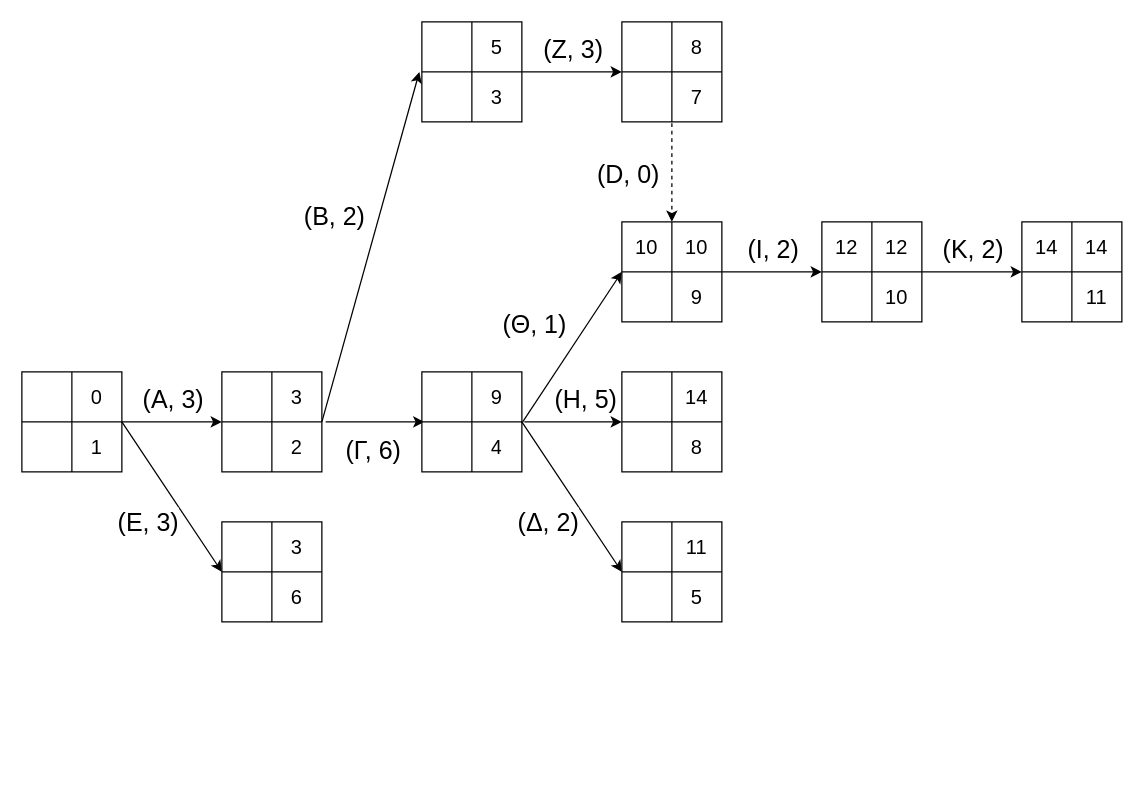
Earlier version of the draw.io diagram BI - task 4.drawio (asimakiskydros/University-Projects). Source tidied: cells renumbered, new cells numbered last; positions are measured from the earlier drawing's top-left corner, leaving out a move shared by most shapes. Both pictures are drawn from the tidied source at 125%, with x=0, y=0 at pixel (21, 21).
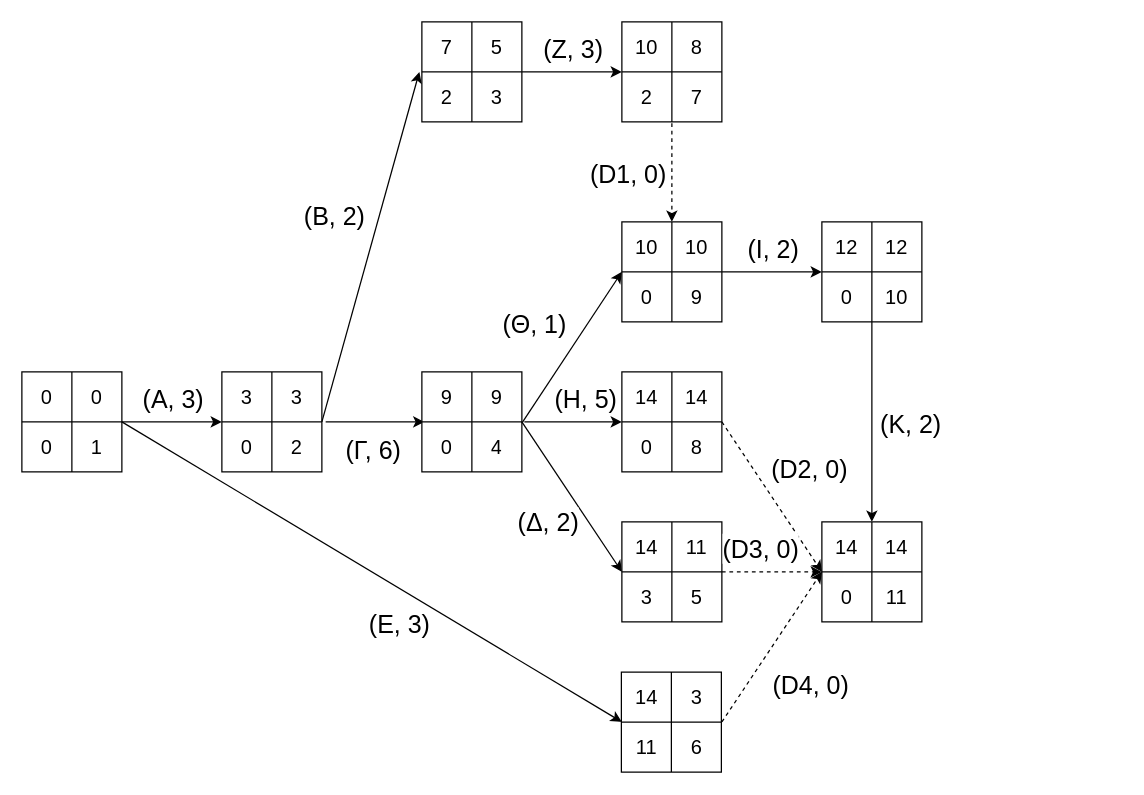
The same page after the edit.

The change refers to these unchanged cells:
```xml
<mxCell id="3" style="shape=tableRow;horizontal=0;startSize=0;swimlaneHead=0;swimlaneBody=0;strokeColor=inherit;top=0;left=0;bottom=0;right=0;fillColor=none;fontSize=16;" parent="2" vertex="1">
  <mxGeometry width="80" height="40" as="geometry" />
</mxCell>
<mxCell id="6" style="shape=tableRow;horizontal=0;startSize=0;swimlaneHead=0;swimlaneBody=0;strokeColor=inherit;top=0;left=0;bottom=0;right=0;fillColor=none;points=[[0,0.5],[1,0.5]];portConstraint=eastwest;fontSize=16;" parent="2" vertex="1">
  <mxGeometry y="40" width="80" height="40" as="geometry" />
</mxCell>
<mxCell id="10" style="shape=tableRow;horizontal=0;startSize=0;swimlaneHead=0;swimlaneBody=0;strokeColor=inherit;top=0;left=0;bottom=0;right=0;fillColor=none;fontSize=16;" parent="9" vertex="1">
  <mxGeometry width="80" height="40" as="geometry" />
</mxCell>
<mxCell id="13" style="shape=tableRow;horizontal=0;startSize=0;swimlaneHead=0;swimlaneBody=0;strokeColor=inherit;top=0;left=0;bottom=0;right=0;fillColor=none;points=[[0,0.5],[1,0.5]];portConstraint=eastwest;fontSize=16;" parent="9" vertex="1">
  <mxGeometry y="40" width="80" height="40" as="geometry" />
</mxCell>
<mxCell id="23" style="shape=tableRow;horizontal=0;startSize=0;swimlaneHead=0;swimlaneBody=0;strokeColor=inherit;top=0;left=0;bottom=0;right=0;fillColor=none;fontSize=16;" parent="22" vertex="1">
  <mxGeometry width="80" height="40" as="geometry" />
</mxCell>
<mxCell id="26" style="shape=tableRow;horizontal=0;startSize=0;swimlaneHead=0;swimlaneBody=0;strokeColor=inherit;top=0;left=0;bottom=0;right=0;fillColor=none;points=[[0,0.5],[1,0.5]];portConstraint=eastwest;fontSize=16;" parent="22" vertex="1">
  <mxGeometry y="40" width="80" height="40" as="geometry" />
</mxCell>
<mxCell id="30" style="shape=tableRow;horizontal=0;startSize=0;swimlaneHead=0;swimlaneBody=0;strokeColor=inherit;top=0;left=0;bottom=0;right=0;fillColor=none;fontSize=16;" parent="29" vertex="1">
  <mxGeometry width="80" height="40" as="geometry" />
</mxCell>
<mxCell id="33" style="shape=tableRow;horizontal=0;startSize=0;swimlaneHead=0;swimlaneBody=0;strokeColor=inherit;top=0;left=0;bottom=0;right=0;fillColor=none;points=[[0,0.5],[1,0.5]];portConstraint=eastwest;fontSize=16;" parent="29" vertex="1">
  <mxGeometry y="40" width="80" height="40" as="geometry" />
</mxCell>
<mxCell id="39" style="shape=tableRow;horizontal=0;startSize=0;swimlaneHead=0;swimlaneBody=0;strokeColor=inherit;top=0;left=0;bottom=0;right=0;fillColor=none;points=[[0,0.5],[1,0.5]];portConstraint=eastwest;fontSize=16;" parent="38" vertex="1">
  <mxGeometry width="80" height="40" as="geometry" />
</mxCell>
<mxCell id="42" style="shape=tableRow;horizontal=0;startSize=0;swimlaneHead=0;swimlaneBody=0;strokeColor=inherit;top=0;left=0;bottom=0;right=0;fillColor=none;fontSize=16;" parent="38" vertex="1">
  <mxGeometry y="40" width="80" height="40" as="geometry" />
</mxCell>
<mxCell id="48" style="shape=tableRow;horizontal=0;startSize=0;swimlaneHead=0;swimlaneBody=0;strokeColor=inherit;top=0;left=0;bottom=0;right=0;fillColor=none;fontSize=16;" parent="47" vertex="1">
  <mxGeometry width="80" height="40" as="geometry" />
</mxCell>
<mxCell id="51" style="shape=tableRow;horizontal=0;startSize=0;swimlaneHead=0;swimlaneBody=0;strokeColor=inherit;top=0;left=0;bottom=0;right=0;fillColor=none;points=[[0,0.5],[1,0.5]];portConstraint=eastwest;fontSize=16;" parent="47" vertex="1">
  <mxGeometry y="40" width="80" height="40" as="geometry" />
</mxCell>
<mxCell id="57" style="shape=tableRow;horizontal=0;startSize=0;swimlaneHead=0;swimlaneBody=0;strokeColor=inherit;top=0;left=0;bottom=0;right=0;fillColor=none;fontSize=16;" parent="56" vertex="1">
  <mxGeometry width="80" height="40" as="geometry" />
</mxCell>
<mxCell id="60" style="shape=tableRow;horizontal=0;startSize=0;swimlaneHead=0;swimlaneBody=0;strokeColor=inherit;top=0;left=0;bottom=0;right=0;fillColor=none;points=[[0,0.5],[1,0.5]];portConstraint=eastwest;fontSize=16;" parent="56" vertex="1">
  <mxGeometry y="40" width="80" height="40" as="geometry" />
</mxCell>
<mxCell id="66" style="shape=tableRow;horizontal=0;startSize=0;swimlaneHead=0;swimlaneBody=0;strokeColor=inherit;top=0;left=0;bottom=0;right=0;fillColor=none;fontSize=16;" parent="65" vertex="1">
  <mxGeometry width="80" height="40" as="geometry" />
</mxCell>
<mxCell id="69" style="shape=tableRow;horizontal=0;startSize=0;swimlaneHead=0;swimlaneBody=0;strokeColor=inherit;top=0;left=0;bottom=0;right=0;fillColor=none;fontSize=16;" parent="65" vertex="1">
  <mxGeometry y="40" width="80" height="40" as="geometry" />
</mxCell>
<mxCell id="78" style="shape=tableRow;horizontal=0;startSize=0;swimlaneHead=0;swimlaneBody=0;strokeColor=inherit;top=0;left=0;bottom=0;right=0;fillColor=none;fontSize=16;" parent="74" vertex="1">
  <mxGeometry y="40" width="80" height="40" as="geometry" />
</mxCell>
<mxCell id="81" style="endArrow=classic;html=1;rounded=0;fontSize=20;exitX=0.5;exitY=1.025;exitDx=0;exitDy=0;exitPerimeter=0;dashed=1;entryX=0.5;entryY=0;entryDx=0;entryDy=0;entryPerimeter=0;" parent="1" edge="1" source="60" target="75">
  <mxGeometry relative="1" as="geometry" />
</mxCell>
<mxCell id="89" style="shape=tableRow;horizontal=0;startSize=0;swimlaneHead=0;swimlaneBody=0;strokeColor=inherit;top=0;left=0;bottom=0;right=0;fillColor=none;points=[[0,0.5],[1,0.5]];portConstraint=eastwest;fontSize=16;" parent="85" vertex="1">
  <mxGeometry y="40" width="80" height="40" as="geometry" />
</mxCell>
<mxCell id="93" style="shape=tableRow;horizontal=0;startSize=0;swimlaneHead=0;swimlaneBody=0;strokeColor=inherit;top=0;left=0;bottom=0;right=0;fillColor=none;points=[[0,0.5],[1,0.5]];portConstraint=eastwest;fontSize=16;" parent="92" vertex="1">
  <mxGeometry width="80" height="40" as="geometry" />
</mxCell>
<mxCell id="96" style="shape=tableRow;horizontal=0;startSize=0;swimlaneHead=0;swimlaneBody=0;strokeColor=inherit;top=0;left=0;bottom=0;right=0;fillColor=none;points=[[0,0.5],[1,0.5]];portConstraint=eastwest;fontSize=16;" parent="92" vertex="1">
  <mxGeometry y="40" width="80" height="40" as="geometry" />
</mxCell>
```

The edit, as a diff of the source:
```diff
@@
-    <mxCell id="4" style="shape=partialRectangle;html=1;whiteSpace=wrap;strokeColor=inherit;overflow=hidden;fillColor=none;top=0;left=0;bottom=0;right=0;fontSize=16;" parent="3" vertex="1">
+    <mxCell id="4" value="0" style="shape=partialRectangle;html=1;whiteSpace=wrap;strokeColor=inherit;overflow=hidden;fillColor=none;top=0;left=0;bottom=0;right=0;fontSize=16;" parent="3" vertex="1">
       <mxGeometry width="40" height="40" as="geometry" />
     </mxCell>
@@
-    <mxCell id="7" style="shape=partialRectangle;html=1;whiteSpace=wrap;strokeColor=inherit;overflow=hidden;fillColor=none;top=0;left=0;bottom=0;right=0;fontSize=16;" parent="6" vertex="1">
+    <mxCell id="7" value="0" style="shape=partialRectangle;html=1;whiteSpace=wrap;strokeColor=inherit;overflow=hidden;fillColor=none;top=0;left=0;bottom=0;right=0;fontSize=16;" parent="6" vertex="1">
       <mxGeometry width="40" height="40" as="geometry" />
     </mxCell>
@@
-    <mxCell id="11" style="shape=partialRectangle;html=1;whiteSpace=wrap;strokeColor=inherit;overflow=hidden;fillColor=none;top=0;left=0;bottom=0;right=0;fontSize=16;" parent="10" vertex="1">
+    <mxCell id="11" value="3" style="shape=partialRectangle;html=1;whiteSpace=wrap;strokeColor=inherit;overflow=hidden;fillColor=none;top=0;left=0;bottom=0;right=0;fontSize=16;" parent="10" vertex="1">
       <mxGeometry width="40" height="40" as="geometry" />
     </mxCell>
@@
-    <mxCell id="14" style="shape=partialRectangle;html=1;whiteSpace=wrap;strokeColor=inherit;overflow=hidden;fillColor=none;top=0;left=0;bottom=0;right=0;fontSize=16;" parent="13" vertex="1">
+    <mxCell id="14" value="0" style="shape=partialRectangle;html=1;whiteSpace=wrap;strokeColor=inherit;overflow=hidden;fillColor=none;top=0;left=0;bottom=0;right=0;fontSize=16;" parent="13" vertex="1">
       <mxGeometry width="40" height="40" as="geometry" />
     </mxCell>
@@
-    <mxCell id="24" style="shape=partialRectangle;html=1;whiteSpace=wrap;strokeColor=inherit;overflow=hidden;fillColor=none;top=0;left=0;bottom=0;right=0;fontSize=16;" parent="23" vertex="1">
+    <mxCell id="24" value="7" style="shape=partialRectangle;html=1;whiteSpace=wrap;strokeColor=inherit;overflow=hidden;fillColor=none;top=0;left=0;bottom=0;right=0;fontSize=16;" parent="23" vertex="1">
       <mxGeometry width="40" height="40" as="geometry" />
     </mxCell>
@@
-    <mxCell id="27" style="shape=partialRectangle;html=1;whiteSpace=wrap;strokeColor=inherit;overflow=hidden;fillColor=none;top=0;left=0;bottom=0;right=0;fontSize=16;" parent="26" vertex="1">
+    <mxCell id="27" value="2" style="shape=partialRectangle;html=1;whiteSpace=wrap;strokeColor=inherit;overflow=hidden;fillColor=none;top=0;left=0;bottom=0;right=0;fontSize=16;" parent="26" vertex="1">
       <mxGeometry width="40" height="40" as="geometry" />
     </mxCell>
@@
-    <mxCell id="31" style="shape=partialRectangle;html=1;whiteSpace=wrap;strokeColor=inherit;overflow=hidden;fillColor=none;top=0;left=0;bottom=0;right=0;fontSize=16;" parent="30" vertex="1">
+    <mxCell id="31" value="9" style="shape=partialRectangle;html=1;whiteSpace=wrap;strokeColor=inherit;overflow=hidden;fillColor=none;top=0;left=0;bottom=0;right=0;fontSize=16;" parent="30" vertex="1">
       <mxGeometry width="40" height="40" as="geometry" />
     </mxCell>
@@
-    <mxCell id="34" style="shape=partialRectangle;html=1;whiteSpace=wrap;strokeColor=inherit;overflow=hidden;fillColor=none;top=0;left=0;bottom=0;right=0;fontSize=16;" parent="33" vertex="1">
+    <mxCell id="34" value="0" style="shape=partialRectangle;html=1;whiteSpace=wrap;strokeColor=inherit;overflow=hidden;fillColor=none;top=0;left=0;bottom=0;right=0;fontSize=16;" parent="33" vertex="1">
       <mxGeometry width="40" height="40" as="geometry" />
     </mxCell>
@@
-    <mxCell id="40" style="shape=partialRectangle;html=1;whiteSpace=wrap;strokeColor=inherit;overflow=hidden;fillColor=none;top=0;left=0;bottom=0;right=0;fontSize=16;" parent="39" vertex="1">
+    <mxCell id="40" value="14" style="shape=partialRectangle;html=1;whiteSpace=wrap;strokeColor=inherit;overflow=hidden;fillColor=none;top=0;left=0;bottom=0;right=0;fontSize=16;" parent="39" vertex="1">
       <mxGeometry width="40" height="40" as="geometry" />
     </mxCell>
@@
-    <mxCell id="43" style="shape=partialRectangle;html=1;whiteSpace=wrap;strokeColor=inherit;overflow=hidden;fillColor=none;top=0;left=0;bottom=0;right=0;fontSize=16;" parent="42" vertex="1">
+    <mxCell id="43" value="3" style="shape=partialRectangle;html=1;whiteSpace=wrap;strokeColor=inherit;overflow=hidden;fillColor=none;top=0;left=0;bottom=0;right=0;fontSize=16;" parent="42" vertex="1">
       <mxGeometry width="40" height="40" as="geometry" />
     </mxCell>
@@
-    <mxCell id="45" style="endArrow=classic;html=1;rounded=0;fontSize=20;exitX=1;exitY=0;exitDx=0;exitDy=0;exitPerimeter=0;" parent="1" edge="1" source="6">
-      <mxGeometry relative="1" as="geometry">
-        <mxPoint x="160" y="440" as="targetPoint" />
-      </mxGeometry>
+    <mxCell id="45" style="endArrow=classic;html=1;rounded=0;fontSize=20;exitX=1;exitY=0;exitDx=0;exitDy=0;exitPerimeter=0;entryX=0.005;entryY=-0.001;entryDx=0;entryDy=0;entryPerimeter=0;" parent="1" edge="1" source="6" target="51">
+      <mxGeometry relative="1" as="geometry" />
     </mxCell>
     <mxCell id="46" value="(Ε, 3)" style="edgeLabel;html=1;align=center;verticalAlign=middle;fontSize=20;" parent="45" vertex="1">
       <mxGeometry x="0.32" y="2" relative="1" as="geometry">
-        <mxPoint x="-34" y="2" as="offset" />
+        <mxPoint x="-44" y="4" as="offset" />
       </mxGeometry>
     </mxCell>
     <mxCell id="47" style="shape=table;startSize=0;childLayout=tableLayout;fontSize=16;swimlaneLine=1;" parent="1" vertex="1">
-      <mxGeometry x="160" y="400" width="80" height="80" as="geometry" />
+      <mxGeometry x="479.6" y="520.1" width="80" height="80" as="geometry" />
     </mxCell>
@@
-    <mxCell id="49" style="shape=partialRectangle;html=1;whiteSpace=wrap;strokeColor=inherit;overflow=hidden;fillColor=none;top=0;left=0;bottom=0;right=0;fontSize=16;" parent="48" vertex="1">
+    <mxCell id="49" value="14" style="shape=partialRectangle;html=1;whiteSpace=wrap;strokeColor=inherit;overflow=hidden;fillColor=none;top=0;left=0;bottom=0;right=0;fontSize=16;" parent="48" vertex="1">
       <mxGeometry width="40" height="40" as="geometry" />
     </mxCell>
@@
-    <mxCell id="52" style="shape=partialRectangle;html=1;whiteSpace=wrap;strokeColor=inherit;overflow=hidden;fillColor=none;top=0;left=0;bottom=0;right=0;fontSize=16;" parent="51" vertex="1">
+    <mxCell id="52" value="11" style="shape=partialRectangle;html=1;whiteSpace=wrap;strokeColor=inherit;overflow=hidden;fillColor=none;top=0;left=0;bottom=0;right=0;fontSize=16;" parent="51" vertex="1">
       <mxGeometry width="40" height="40" as="geometry" />
     </mxCell>
@@
-    <mxCell id="58" style="shape=partialRectangle;html=1;whiteSpace=wrap;strokeColor=inherit;overflow=hidden;fillColor=none;top=0;left=0;bottom=0;right=0;fontSize=16;" parent="57" vertex="1">
+    <mxCell id="58" value="10" style="shape=partialRectangle;html=1;whiteSpace=wrap;strokeColor=inherit;overflow=hidden;fillColor=none;top=0;left=0;bottom=0;right=0;fontSize=16;" parent="57" vertex="1">
       <mxGeometry width="40" height="40" as="geometry" />
     </mxCell>
@@
-    <mxCell id="61" style="shape=partialRectangle;html=1;whiteSpace=wrap;strokeColor=inherit;overflow=hidden;fillColor=none;top=0;left=0;bottom=0;right=0;fontSize=16;" parent="60" vertex="1">
+    <mxCell id="61" value="2" style="shape=partialRectangle;html=1;whiteSpace=wrap;strokeColor=inherit;overflow=hidden;fillColor=none;top=0;left=0;bottom=0;right=0;fontSize=16;" parent="60" vertex="1">
       <mxGeometry width="40" height="40" as="geometry" />
     </mxCell>
@@
-    <mxCell id="67" style="shape=partialRectangle;html=1;whiteSpace=wrap;strokeColor=inherit;overflow=hidden;fillColor=none;top=0;left=0;bottom=0;right=0;fontSize=16;" parent="66" vertex="1">
+    <mxCell id="67" value="14" style="shape=partialRectangle;html=1;whiteSpace=wrap;strokeColor=inherit;overflow=hidden;fillColor=none;top=0;left=0;bottom=0;right=0;fontSize=16;" parent="66" vertex="1">
       <mxGeometry width="40" height="40" as="geometry" />
     </mxCell>
@@
-    <mxCell id="70" style="shape=partialRectangle;html=1;whiteSpace=wrap;strokeColor=inherit;overflow=hidden;fillColor=none;top=0;left=0;bottom=0;right=0;fontSize=16;" parent="69" vertex="1">
+    <mxCell id="70" value="0" style="shape=partialRectangle;html=1;whiteSpace=wrap;strokeColor=inherit;overflow=hidden;fillColor=none;top=0;left=0;bottom=0;right=0;fontSize=16;" parent="69" vertex="1">
       <mxGeometry width="40" height="40" as="geometry" />
     </mxCell>
@@
-    <mxCell id="79" style="shape=partialRectangle;html=1;whiteSpace=wrap;strokeColor=inherit;overflow=hidden;fillColor=none;top=0;left=0;bottom=0;right=0;fontSize=16;" parent="78" vertex="1">
+    <mxCell id="79" value="0" style="shape=partialRectangle;html=1;whiteSpace=wrap;strokeColor=inherit;overflow=hidden;fillColor=none;top=0;left=0;bottom=0;right=0;fontSize=16;" parent="78" vertex="1">
       <mxGeometry width="40" height="40" as="geometry" />
     </mxCell>
@@
-    <mxCell id="82" value="(D, 0)" style="edgeLabel;html=1;align=center;verticalAlign=middle;fontSize=20;" parent="81" vertex="1">
+    <mxCell id="82" value="(D1, 0)" style="edgeLabel;html=1;align=center;verticalAlign=middle;fontSize=20;" parent="81" vertex="1">
       <mxGeometry x="-0.33" y="-3" relative="1" as="geometry">
         <mxPoint x="-33" y="13" as="offset" />
       </mxGeometry>
     </mxCell>
@@
-    <mxCell id="90" style="shape=partialRectangle;html=1;whiteSpace=wrap;strokeColor=inherit;overflow=hidden;fillColor=none;top=0;left=0;bottom=0;right=0;fontSize=16;" parent="89" vertex="1">
+    <mxCell id="90" value="0" style="shape=partialRectangle;html=1;whiteSpace=wrap;strokeColor=inherit;overflow=hidden;fillColor=none;top=0;left=0;bottom=0;right=0;fontSize=16;" parent="89" vertex="1">
       <mxGeometry width="40" height="40" as="geometry" />
     </mxCell>
@@
     <mxCell id="92" style="shape=table;startSize=0;childLayout=tableLayout;fontSize=16;swimlaneLine=1;" parent="1" vertex="1">
-      <mxGeometry x="800" y="160" width="80" height="80" as="geometry" />
+      <mxGeometry x="640" y="400" width="80" height="80" as="geometry" />
     </mxCell>
@@
-    <mxCell id="97" style="shape=partialRectangle;html=1;whiteSpace=wrap;strokeColor=inherit;overflow=hidden;fillColor=none;top=0;left=0;bottom=0;right=0;fontSize=16;" parent="96" vertex="1">
+    <mxCell id="97" value="0" style="shape=partialRectangle;html=1;whiteSpace=wrap;strokeColor=inherit;overflow=hidden;fillColor=none;top=0;left=0;bottom=0;right=0;fontSize=16;" parent="96" vertex="1">
       <mxGeometry width="40" height="40" as="geometry" />
     </mxCell>
@@
-    <mxCell id="99" style="endArrow=classic;html=1;rounded=0;fontSize=20;exitX=1;exitY=0;exitDx=0;exitDy=0;exitPerimeter=0;entryX=0;entryY=0;entryDx=0;entryDy=0;entryPerimeter=0;" parent="1" edge="1" source="89" target="96">
+    <mxCell id="99" style="endArrow=classic;html=1;rounded=0;fontSize=20;exitX=0.5;exitY=1;exitDx=0;exitDy=0;exitPerimeter=0;" parent="1" edge="1" source="89" target="93">
       <mxGeometry relative="1" as="geometry" />
     </mxCell>
     <mxCell id="100" value="(Κ, 2)" style="edgeLabel;html=1;align=center;verticalAlign=middle;fontSize=20;" parent="99" vertex="1">
       <mxGeometry x="0.53" y="1" relative="1" as="geometry">
-        <mxPoint x="-21" y="-19" as="offset" />
+        <mxPoint x="29" y="-42" as="offset" />
       </mxGeometry>
     </mxCell>
+    <mxCell id="101" style="endArrow=classic;html=1;rounded=0;fontSize=20;entryX=0;entryY=1;entryDx=0;entryDy=0;entryPerimeter=0;dashed=1;" parent="1" edge="1" target="93">
+      <mxGeometry relative="1" as="geometry">
+        <mxPoint x="560" y="320" as="sourcePoint" />
+      </mxGeometry>
+    </mxCell>
+    <mxCell id="102" value="(D2, 0)" style="edgeLabel;html=1;align=center;verticalAlign=middle;fontSize=20;" parent="101" vertex="1">
+      <mxGeometry x="-0.36" y="4" relative="1" as="geometry">
+        <mxPoint x="41" as="offset" />
+      </mxGeometry>
+    </mxCell>
+    <mxCell id="103" style="endArrow=classic;html=1;rounded=0;fontSize=20;exitX=1;exitY=1;exitDx=0;exitDy=0;exitPerimeter=0;entryX=0;entryY=1;entryDx=0;entryDy=0;entryPerimeter=0;dashed=1;" parent="1" edge="1" source="39" target="93">
+      <mxGeometry relative="1" as="geometry" />
+    </mxCell>
+    <mxCell id="104" value="(D3, 0)" style="edgeLabel;html=1;align=center;verticalAlign=middle;fontSize=20;" parent="103" vertex="1">
+      <mxGeometry x="0.35" y="-1" relative="1" as="geometry">
+        <mxPoint x="-24" y="-21" as="offset" />
+      </mxGeometry>
+    </mxCell>
+    <mxCell id="105" style="endArrow=classic;html=1;rounded=0;fontSize=20;exitX=1.005;exitY=-0.001;exitDx=0;exitDy=0;exitPerimeter=0;entryX=0;entryY=0;entryDx=0;entryDy=0;entryPerimeter=0;dashed=1;" parent="1" edge="1" source="51" target="96">
+      <mxGeometry relative="1" as="geometry" />
+    </mxCell>
+    <mxCell id="106" value="(D4, 0)" style="edgeLabel;html=1;align=center;verticalAlign=middle;fontSize=20;" parent="105" vertex="1">
+      <mxGeometry x="-0.2" y="-1" relative="1" as="geometry">
+        <mxPoint x="38" y="17" as="offset" />
+      </mxGeometry>
+    </mxCell>
```
